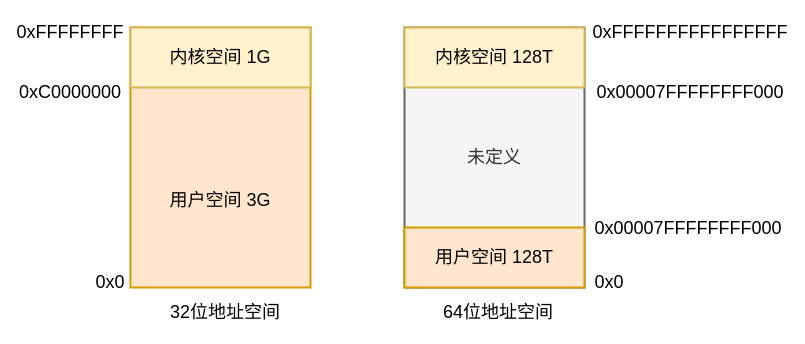
Before: 虚拟内存空间.drawio in Netech-DevNote/itquestions_pictures, a draw.io diagram. Source tidied: cells renumbered, new cells numbered last; positions are measured from the earlier drawing's top-left corner, leaving out a move shared by most shapes. Both pictures are drawn from the tidied source at 100%, with x=0, y=0 at pixel (40, 17).
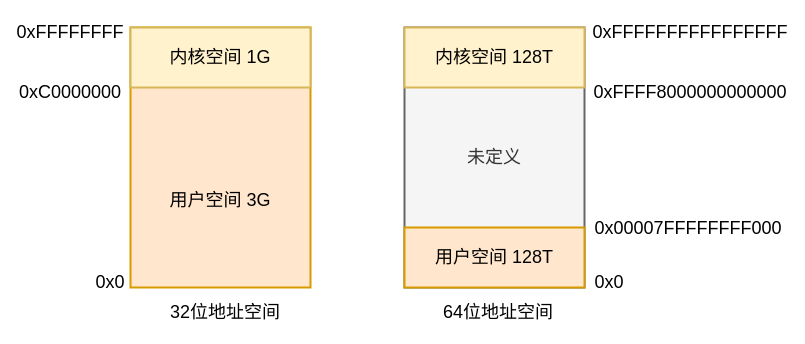
After the change.

Commit message:
更新虚拟内存空间.drawio

Change to the diagram source:
```diff
@@
 <mxGraphModel>
   <root>
     <mxCell id="0" />
     <mxCell id="1" parent="0" />
     <mxCell id="2" value="&lt;br style=&quot;font-size: 18px;&quot;&gt;&lt;br style=&quot;font-size: 18px;&quot;&gt;&lt;br style=&quot;font-size: 18px;&quot;&gt;&lt;br style=&quot;font-size: 18px;&quot;&gt;用户空间 3G" style="rounded=0;whiteSpace=wrap;html=1;fontSize=18;fillColor=#ffe6cc;strokeColor=#d79b00;strokeWidth=2;" parent="1" vertex="1">
       <mxGeometry x="90" y="10" width="180" height="260" as="geometry" />
     </mxCell>
     <mxCell id="3" value="未定义" style="rounded=0;whiteSpace=wrap;html=1;fontSize=18;fillColor=#f5f5f5;strokeColor=#666666;fontColor=#333333;strokeWidth=2;" parent="1" vertex="1">
       <mxGeometry x="364" y="10" width="180" height="260" as="geometry" />
     </mxCell>
     <mxCell id="4" value="32位地址空间" style="text;html=1;strokeColor=none;fillColor=none;align=center;verticalAlign=middle;whiteSpace=wrap;rounded=0;fontSize=18;strokeWidth=2;" parent="1" vertex="1">
       <mxGeometry x="110" y="280" width="150" height="30" as="geometry" />
     </mxCell>
     <mxCell id="5" value="64位地址空间" style="text;html=1;strokeColor=none;fillColor=none;align=center;verticalAlign=middle;whiteSpace=wrap;rounded=0;fontSize=18;strokeWidth=2;" parent="1" vertex="1">
       <mxGeometry x="390" y="280" width="136" height="30" as="geometry" />
     </mxCell>
     <mxCell id="6" value="内核空间 1G" style="rounded=0;whiteSpace=wrap;html=1;fontSize=18;fillColor=#fff2cc;strokeColor=#d6b656;strokeWidth=2;" parent="1" vertex="1">
       <mxGeometry x="90" y="10" width="180" height="60" as="geometry" />
     </mxCell>
     <mxCell id="7" value="内核空间 128T" style="rounded=0;whiteSpace=wrap;html=1;fontSize=18;fillColor=#fff2cc;strokeColor=#d6b656;strokeWidth=2;" parent="1" vertex="1">
       <mxGeometry x="364" y="10" width="180" height="60" as="geometry" />
     </mxCell>
     <mxCell id="8" value="用户空间 128T" style="rounded=0;whiteSpace=wrap;html=1;fontSize=18;fillColor=#ffe6cc;strokeColor=#d79b00;strokeWidth=2;" parent="1" vertex="1">
       <mxGeometry x="364" y="210" width="180" height="60" as="geometry" />
     </mxCell>
     <mxCell id="9" value="0x0" style="text;html=1;strokeColor=none;fillColor=none;align=center;verticalAlign=middle;whiteSpace=wrap;rounded=0;fontSize=18;strokeWidth=2;" parent="1" vertex="1">
       <mxGeometry x="40" y="250" width="60" height="30" as="geometry" />
     </mxCell>
     <mxCell id="10" value="0xC0000000" style="text;html=1;strokeColor=none;fillColor=none;align=center;verticalAlign=middle;whiteSpace=wrap;rounded=0;fontSize=18;strokeWidth=2;" parent="1" vertex="1">
       <mxGeometry y="60" width="60" height="30" as="geometry" />
     </mxCell>
     <mxCell id="11" value="0xFFFFFFFF" style="text;html=1;strokeColor=none;fillColor=none;align=center;verticalAlign=middle;whiteSpace=wrap;rounded=0;fontSize=18;strokeWidth=2;" parent="1" vertex="1">
       <mxGeometry width="60" height="30" as="geometry" />
     </mxCell>
     <mxCell id="12" value="0x0" style="text;html=1;strokeColor=none;fillColor=none;align=center;verticalAlign=middle;whiteSpace=wrap;rounded=0;fontSize=18;strokeWidth=2;" parent="1" vertex="1">
       <mxGeometry x="539" y="250" width="60" height="30" as="geometry" />
     </mxCell>
     <mxCell id="13" value="0x00007FFFFFFFF000" style="text;html=1;strokeColor=none;fillColor=none;align=center;verticalAlign=middle;whiteSpace=wrap;rounded=0;fontSize=18;strokeWidth=2;" parent="1" vertex="1">
       <mxGeometry x="618" y="196" width="60" height="30" as="geometry" />
     </mxCell>
-    <mxCell id="14" value="0x00007FFFFFFFF000" style="text;html=1;strokeColor=none;fillColor=none;align=center;verticalAlign=middle;whiteSpace=wrap;rounded=0;fontSize=18;strokeWidth=2;" parent="1" vertex="1">
+    <mxCell id="14" value="0xFFFF8000000000000" style="text;html=1;strokeColor=none;fillColor=none;align=center;verticalAlign=middle;whiteSpace=wrap;rounded=0;fontSize=18;strokeWidth=2;" parent="1" vertex="1">
       <mxGeometry x="620" y="60" width="60" height="30" as="geometry" />
     </mxCell>
     <mxCell id="15" value="0xFFFFFFFFFFFFFFFF" style="text;html=1;strokeColor=none;fillColor=none;align=center;verticalAlign=middle;whiteSpace=wrap;rounded=0;fontSize=18;strokeWidth=2;" parent="1" vertex="1">
       <mxGeometry x="620" width="60" height="30" as="geometry" />
     </mxCell>
   </root>
 </mxGraphModel>
```
